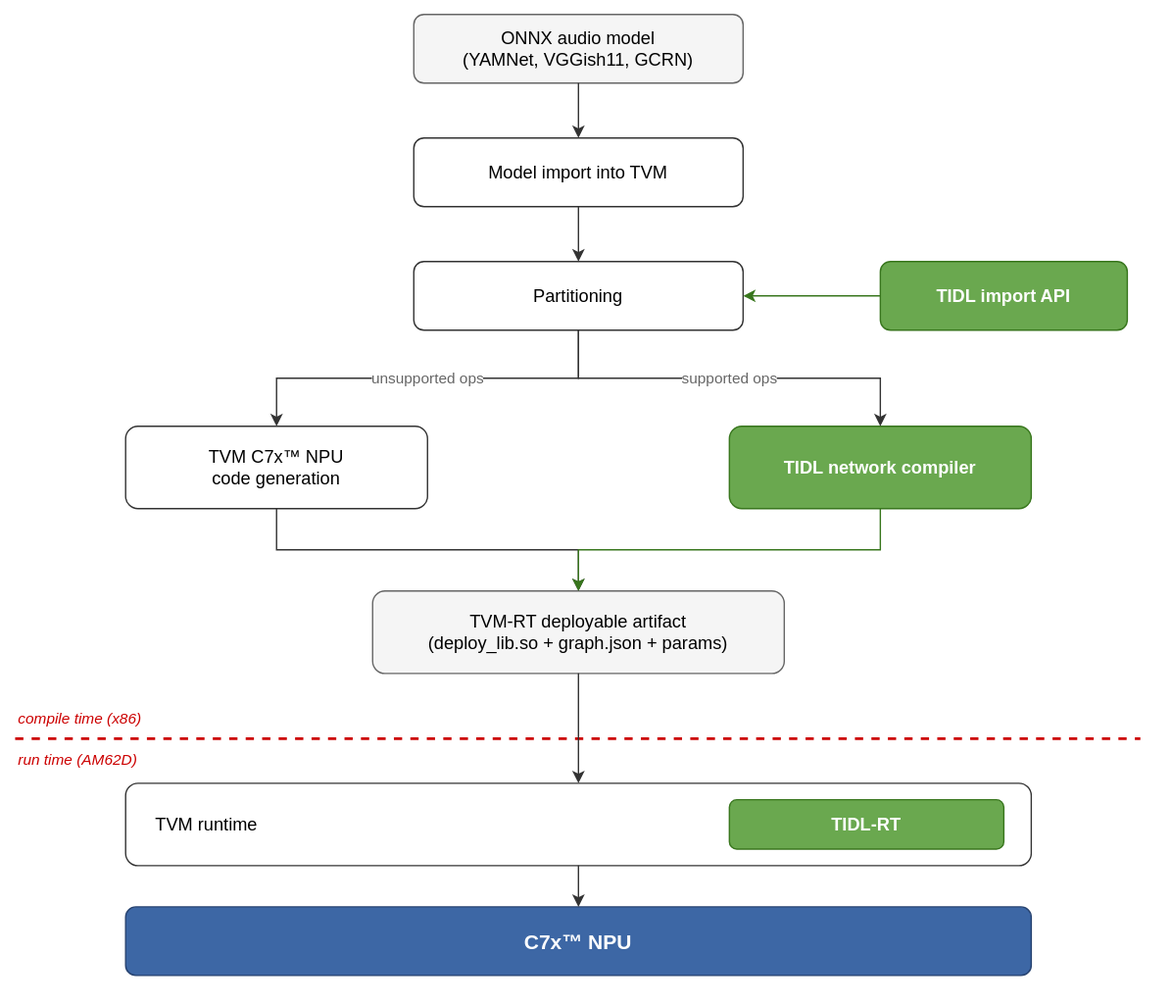
This is source/images/audioai/tvm_tidl_flow.svg from TexasInstruments/processor-sdk-doc, a draw.io export, as it was before one commit. Source tidied: cells renumbered, new cells last; positions are measured from the earlier drawing's top-left corner, leaving out a move shared by most shapes. The source it was exported from:
```xml
<mxGraphModel>
  <root>
    <mxCell id="0" />
    <mxCell id="1" parent="0" />
    <mxCell id="2" value="ONNX audio model&#10;(YAMNet, VGGish11, GCRN)" style="rounded=1;whiteSpace=wrap;html=1;fillColor=#f5f5f5;strokeColor=#666666;fontSize=13;" parent="1" vertex="1">
      <mxGeometry x="290" width="240" height="50" as="geometry" />
    </mxCell>
    <mxCell id="3" value="Model import into TVM" style="rounded=1;whiteSpace=wrap;html=1;strokeColor=#333333;fontSize=13;" parent="1" vertex="1">
      <mxGeometry x="290" y="90" width="240" height="50" as="geometry" />
    </mxCell>
    <mxCell id="4" value="Partitioning" style="rounded=1;whiteSpace=wrap;html=1;strokeColor=#333333;fontSize=13;" parent="1" vertex="1">
      <mxGeometry x="290" y="180" width="240" height="50" as="geometry" />
    </mxCell>
    <mxCell id="5" value="TIDL import API" style="rounded=1;whiteSpace=wrap;html=1;fillColor=#6aa84f;strokeColor=#38761d;fontColor=#ffffff;fontSize=13;fontStyle=1;" parent="1" vertex="1">
      <mxGeometry x="630" y="180" width="180" height="50" as="geometry" />
    </mxCell>
    <mxCell id="6" value="TVM C7x™ NPU&#10;code generation" style="rounded=1;whiteSpace=wrap;html=1;strokeColor=#333333;fontSize=13;" parent="1" vertex="1">
      <mxGeometry x="80" y="300" width="220" height="60" as="geometry" />
    </mxCell>
    <mxCell id="7" value="TIDL network compiler" style="rounded=1;whiteSpace=wrap;html=1;fillColor=#6aa84f;strokeColor=#38761d;fontColor=#ffffff;fontSize=13;fontStyle=1;" parent="1" vertex="1">
      <mxGeometry x="520" y="300" width="220" height="60" as="geometry" />
    </mxCell>
    <mxCell id="8" value="TVM-RT deployable artifact&#10;(deploy_lib.so + graph.json + params)" style="rounded=1;whiteSpace=wrap;html=1;fillColor=#f5f5f5;strokeColor=#666666;fontSize=13;" parent="1" vertex="1">
      <mxGeometry x="260" y="420" width="300" height="60" as="geometry" />
    </mxCell>
    <mxCell id="9" value="compile time (x86)" style="text;html=1;strokeColor=none;fillColor=none;align=left;verticalAlign=middle;fontColor=#cc0000;fontSize=11;fontStyle=2;" parent="1" vertex="1">
      <mxGeometry y="504" width="160" height="18" as="geometry" />
    </mxCell>
    <mxCell id="10" value="run time (AM62D)" style="text;html=1;strokeColor=none;fillColor=none;align=left;verticalAlign=middle;fontColor=#cc0000;fontSize=11;fontStyle=2;" parent="1" vertex="1">
      <mxGeometry y="534" width="160" height="18" as="geometry" />
    </mxCell>
    <mxCell id="11" style="endArrow=none;html=1;strokeColor=#cc0000;strokeWidth=2;dashed=1;" parent="1" edge="1">
      <mxGeometry relative="1" as="geometry">
        <mxPoint y="528" as="sourcePoint" />
        <mxPoint x="820" y="528" as="targetPoint" />
      </mxGeometry>
    </mxCell>
    <mxCell id="12" value="TVM runtime" style="rounded=1;whiteSpace=wrap;html=1;strokeColor=#333333;fontSize=13;align=left;spacingLeft=20;verticalAlign=middle;" parent="1" vertex="1">
      <mxGeometry x="80" y="560" width="660" height="60" as="geometry" />
    </mxCell>
    <mxCell id="13" value="TIDL-RT" style="rounded=1;whiteSpace=wrap;html=1;fillColor=#6aa84f;strokeColor=#38761d;fontColor=#ffffff;fontSize=13;fontStyle=1;" parent="1" vertex="1">
      <mxGeometry x="520" y="572" width="200" height="36" as="geometry" />
    </mxCell>
    <mxCell id="14" value="C7x™ NPU" style="rounded=1;whiteSpace=wrap;html=1;fillColor=#3d67a5;strokeColor=#274370;fontColor=#ffffff;fontSize=15;fontStyle=1;" parent="1" vertex="1">
      <mxGeometry x="80" y="650" width="660" height="50" as="geometry" />
    </mxCell>
    <mxCell id="15" style="edgeStyle=orthogonalEdgeStyle;html=1;rounded=0;endArrow=classic;strokeColor=#333333;" parent="1" edge="1" source="2" target="3">
      <mxGeometry relative="1" as="geometry" />
    </mxCell>
    <mxCell id="16" style="edgeStyle=orthogonalEdgeStyle;html=1;rounded=0;endArrow=classic;strokeColor=#333333;" parent="1" edge="1" source="3" target="4">
      <mxGeometry relative="1" as="geometry" />
    </mxCell>
    <mxCell id="17" style="edgeStyle=orthogonalEdgeStyle;html=1;rounded=0;endArrow=classic;strokeColor=#38761d;" parent="1" edge="1" source="5" target="4">
      <mxGeometry relative="1" as="geometry" />
    </mxCell>
    <mxCell id="18" value="unsupported ops" style="edgeStyle=orthogonalEdgeStyle;html=1;rounded=0;endArrow=classic;strokeColor=#333333;fontColor=#666666;fontSize=11;" parent="1" edge="1" source="4" target="6">
      <mxGeometry relative="1" as="geometry" />
    </mxCell>
    <mxCell id="19" value="supported ops" style="edgeStyle=orthogonalEdgeStyle;html=1;rounded=0;endArrow=classic;strokeColor=#333333;fontColor=#666666;fontSize=11;" parent="1" edge="1" source="4" target="7">
      <mxGeometry relative="1" as="geometry" />
    </mxCell>
    <mxCell id="20" style="edgeStyle=orthogonalEdgeStyle;html=1;rounded=0;endArrow=classic;strokeColor=#333333;" parent="1" edge="1" source="6" target="8">
      <mxGeometry relative="1" as="geometry" />
    </mxCell>
    <mxCell id="21" style="edgeStyle=orthogonalEdgeStyle;html=1;rounded=0;endArrow=classic;strokeColor=#38761d;" parent="1" edge="1" source="7" target="8">
      <mxGeometry relative="1" as="geometry" />
    </mxCell>
    <mxCell id="22" style="edgeStyle=orthogonalEdgeStyle;html=1;rounded=0;endArrow=classic;strokeColor=#333333;fontSize=11;" parent="1" edge="1" source="8" target="12">
      <mxGeometry relative="1" as="geometry" />
    </mxCell>
    <mxCell id="23" style="edgeStyle=orthogonalEdgeStyle;html=1;rounded=0;endArrow=classic;strokeColor=#333333;" parent="1" edge="1" source="12" target="14">
      <mxGeometry relative="1" as="geometry" />
    </mxCell>
  </root>
</mxGraphModel>
```
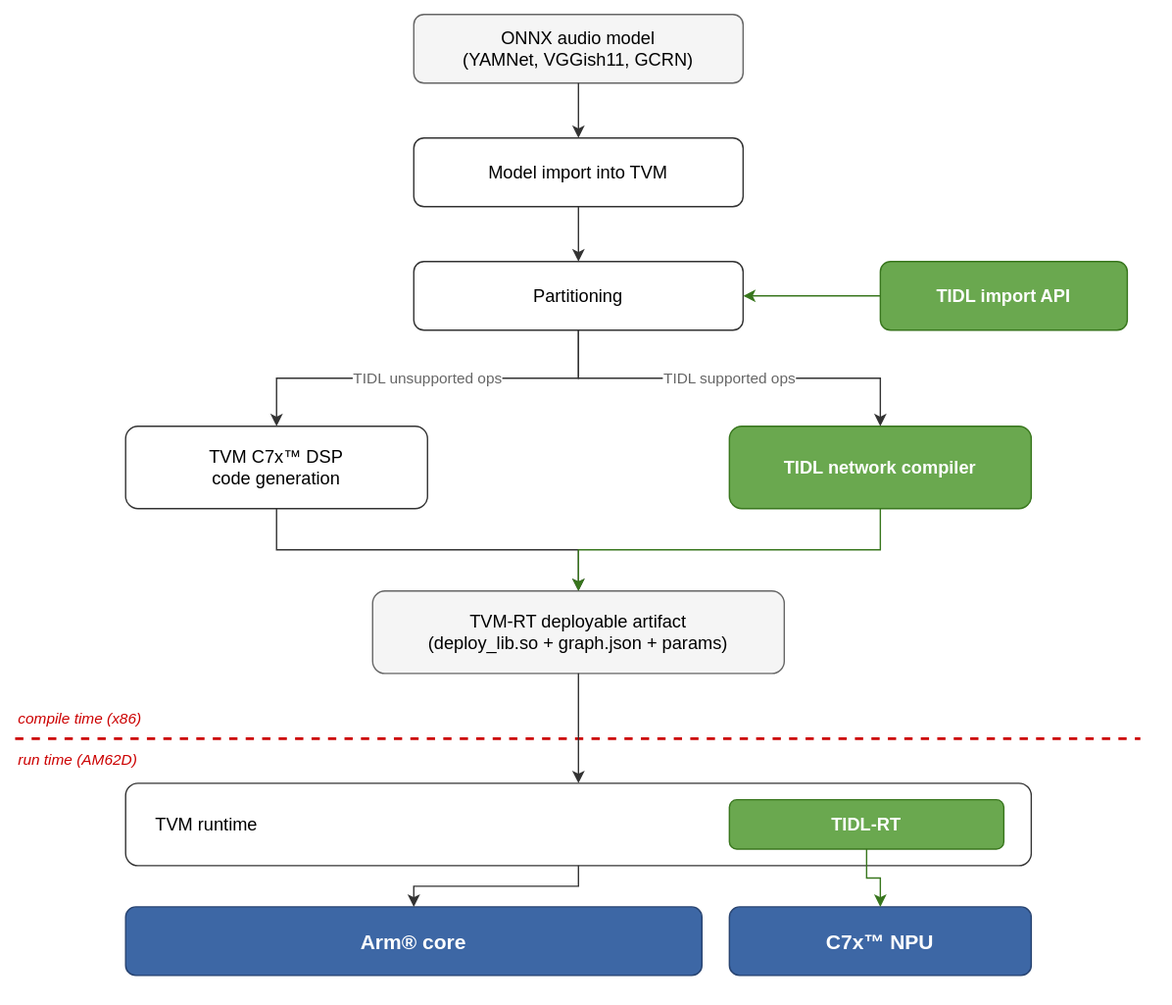
The same diagram one commit later.

Change to the diagram source:
```diff
@@ -14,7 +14,7 @@
     <mxCell id="5" value="TIDL import API" style="rounded=1;whiteSpace=wrap;html=1;fillColor=#6aa84f;strokeColor=#38761d;fontColor=#ffffff;fontSize=13;fontStyle=1;" parent="1" vertex="1">
       <mxGeometry x="630" y="180" width="180" height="50" as="geometry" />
     </mxCell>
-    <mxCell id="6" value="TVM C7x™ NPU&#10;code generation" style="rounded=1;whiteSpace=wrap;html=1;strokeColor=#333333;fontSize=13;" parent="1" vertex="1">
+    <mxCell id="6" value="TVM C7x™ DSP&#10;code generation" style="rounded=1;whiteSpace=wrap;html=1;strokeColor=#333333;fontSize=13;" parent="1" vertex="1">
       <mxGeometry x="80" y="300" width="220" height="60" as="geometry" />
     </mxCell>
     <mxCell id="7" value="TIDL network compiler" style="rounded=1;whiteSpace=wrap;html=1;fillColor=#6aa84f;strokeColor=#38761d;fontColor=#ffffff;fontSize=13;fontStyle=1;" parent="1" vertex="1">
@@ -41,8 +41,11 @@
     <mxCell id="13" value="TIDL-RT" style="rounded=1;whiteSpace=wrap;html=1;fillColor=#6aa84f;strokeColor=#38761d;fontColor=#ffffff;fontSize=13;fontStyle=1;" parent="1" vertex="1">
       <mxGeometry x="520" y="572" width="200" height="36" as="geometry" />
     </mxCell>
+    <mxCell id="24" value="Arm® core" style="rounded=1;whiteSpace=wrap;html=1;fillColor=#3d67a5;strokeColor=#274370;fontColor=#ffffff;fontSize=15;fontStyle=1;" parent="1" vertex="1">
+      <mxGeometry x="80" y="650" width="420" height="50" as="geometry" />
+    </mxCell>
     <mxCell id="14" value="C7x™ NPU" style="rounded=1;whiteSpace=wrap;html=1;fillColor=#3d67a5;strokeColor=#274370;fontColor=#ffffff;fontSize=15;fontStyle=1;" parent="1" vertex="1">
-      <mxGeometry x="80" y="650" width="660" height="50" as="geometry" />
+      <mxGeometry x="520" y="650" width="220" height="50" as="geometry" />
     </mxCell>
     <mxCell id="15" style="edgeStyle=orthogonalEdgeStyle;html=1;rounded=0;endArrow=classic;strokeColor=#333333;" parent="1" edge="1" source="2" target="3">
       <mxGeometry relative="1" as="geometry" />
@@ -53,10 +56,10 @@
     <mxCell id="17" style="edgeStyle=orthogonalEdgeStyle;html=1;rounded=0;endArrow=classic;strokeColor=#38761d;" parent="1" edge="1" source="5" target="4">
       <mxGeometry relative="1" as="geometry" />
     </mxCell>
-    <mxCell id="18" value="unsupported ops" style="edgeStyle=orthogonalEdgeStyle;html=1;rounded=0;endArrow=classic;strokeColor=#333333;fontColor=#666666;fontSize=11;" parent="1" edge="1" source="4" target="6">
+    <mxCell id="18" value="TIDL unsupported ops" style="edgeStyle=orthogonalEdgeStyle;html=1;rounded=0;endArrow=classic;strokeColor=#333333;fontColor=#666666;fontSize=11;" parent="1" edge="1" source="4" target="6">
       <mxGeometry relative="1" as="geometry" />
     </mxCell>
-    <mxCell id="19" value="supported ops" style="edgeStyle=orthogonalEdgeStyle;html=1;rounded=0;endArrow=classic;strokeColor=#333333;fontColor=#666666;fontSize=11;" parent="1" edge="1" source="4" target="7">
+    <mxCell id="19" value="TIDL supported ops" style="edgeStyle=orthogonalEdgeStyle;html=1;rounded=0;endArrow=classic;strokeColor=#333333;fontColor=#666666;fontSize=11;" parent="1" edge="1" source="4" target="7">
       <mxGeometry relative="1" as="geometry" />
     </mxCell>
     <mxCell id="20" style="edgeStyle=orthogonalEdgeStyle;html=1;rounded=0;endArrow=classic;strokeColor=#333333;" parent="1" edge="1" source="6" target="8">
@@ -68,8 +71,11 @@
     <mxCell id="22" style="edgeStyle=orthogonalEdgeStyle;html=1;rounded=0;endArrow=classic;strokeColor=#333333;fontSize=11;" parent="1" edge="1" source="8" target="12">
       <mxGeometry relative="1" as="geometry" />
     </mxCell>
-    <mxCell id="23" style="edgeStyle=orthogonalEdgeStyle;html=1;rounded=0;endArrow=classic;strokeColor=#333333;" parent="1" edge="1" source="12" target="14">
+    <mxCell id="23" style="edgeStyle=orthogonalEdgeStyle;html=1;rounded=0;endArrow=classic;strokeColor=#333333;" parent="1" edge="1" source="12" target="24">
       <mxGeometry relative="1" as="geometry" />
     </mxCell>
+    <mxCell id="25" style="edgeStyle=orthogonalEdgeStyle;html=1;rounded=0;endArrow=classic;strokeColor=#38761d;" parent="1" edge="1" source="13" target="14">
+      <mxGeometry relative="1" as="geometry" />
+    </mxCell>
   </root>
 </mxGraphModel>
```
